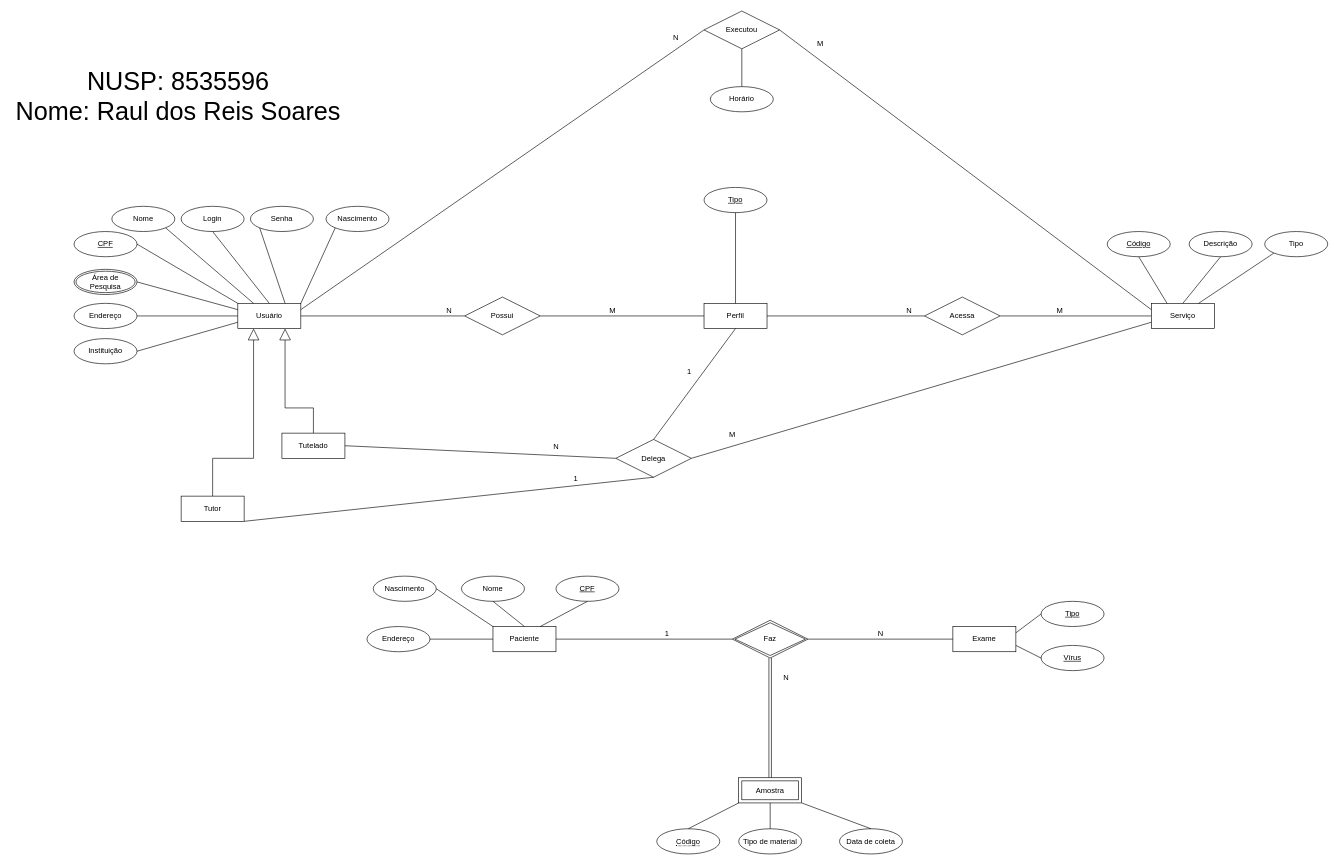
RaulReisS/EPMAC0350 keeps this draw.io diagram as Modelo Conceitual.drawio. Above is the earlier version. Source tidied: cells renumbered, new cells numbered last; positions are measured from the earlier drawing's top-left corner, leaving out a move shared by most shapes. Both pictures are drawn from the tidied source at 63%, with x=0, y=0 at pixel (11, 11).
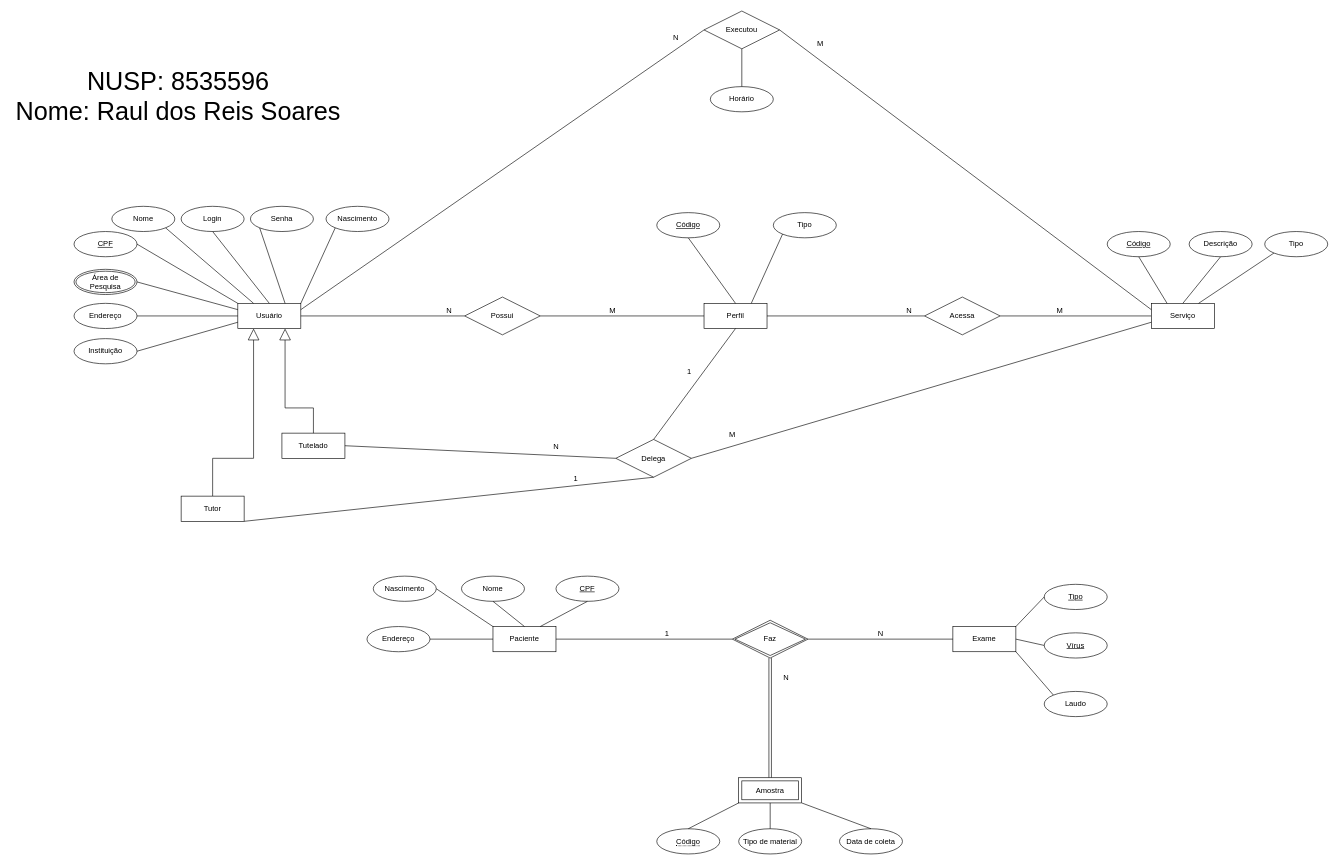
The same diagram, later.

Commit message:
Adicionado o campo Laudo para o exame

Unchanged cells that the change refers to:
```xml
<mxCell id="23" value="Perfil" style="whiteSpace=wrap;html=1;align=center;" parent="1" vertex="1">
  <mxGeometry x="1100" y="464" width="100" height="40" as="geometry" />
</mxCell>
<mxCell id="57" value="Exame" style="whiteSpace=wrap;html=1;align=center;" parent="1" vertex="1">
  <mxGeometry x="1495" y="977" width="100" height="40" as="geometry" />
</mxCell>
```

What changed in the source:
```diff
@@
-    <mxCell id="26" value="Tipo" style="ellipse;whiteSpace=wrap;html=1;align=center;fontStyle=4;" parent="1" vertex="1">
-      <mxGeometry x="1100" y="280" width="100" height="40" as="geometry" />
+    <mxCell id="26" value="Código" style="ellipse;whiteSpace=wrap;html=1;align=center;fontStyle=4;" parent="1" vertex="1">
+      <mxGeometry x="1025" y="320" width="100" height="40" as="geometry" />
     </mxCell>
@@
     <mxCell id="58" value="Vírus" style="ellipse;whiteSpace=wrap;html=1;align=center;fontStyle=4;" parent="1" vertex="1">
-      <mxGeometry x="1635" y="1007" width="100" height="40" as="geometry" />
+      <mxGeometry x="1640" y="987" width="100" height="40" as="geometry" />
     </mxCell>
     <mxCell id="59" value="Tipo" style="ellipse;whiteSpace=wrap;html=1;align=center;fontStyle=4;" parent="1" vertex="1">
-      <mxGeometry x="1635" y="937" width="100" height="40" as="geometry" />
+      <mxGeometry x="1640" y="910" width="100" height="40" as="geometry" />
     </mxCell>
-    <mxCell id="60" style="endArrow=none;html=1;rounded=0;entryX=0;entryY=0.5;entryDx=0;entryDy=0;exitX=1;exitY=0.25;exitDx=0;exitDy=0;" parent="1" edge="1" source="57" target="59">
+    <mxCell id="60" style="endArrow=none;html=1;rounded=0;entryX=0;entryY=0.5;entryDx=0;entryDy=0;exitX=1;exitY=0;exitDx=0;exitDy=0;" parent="1" edge="1" source="57" target="59">
       <mxGeometry relative="1" as="geometry" />
     </mxCell>
-    <mxCell id="61" style="endArrow=none;html=1;rounded=0;entryX=0;entryY=0.5;entryDx=0;entryDy=0;exitX=1;exitY=0.75;exitDx=0;exitDy=0;" parent="1" edge="1" source="57" target="58">
+    <mxCell id="61" style="endArrow=none;html=1;rounded=0;entryX=0;entryY=0.5;entryDx=0;entryDy=0;exitX=1;exitY=0.5;exitDx=0;exitDy=0;" parent="1" edge="1" source="57" target="58">
       <mxGeometry relative="1" as="geometry" />
     </mxCell>
@@
+    <mxCell id="88" value="Tipo" style="ellipse;whiteSpace=wrap;html=1;align=center;" parent="1" vertex="1">
+      <mxGeometry x="1210" y="320" width="100" height="40" as="geometry" />
+    </mxCell>
+    <mxCell id="89" style="endArrow=none;html=1;rounded=0;entryX=0;entryY=1;entryDx=0;entryDy=0;exitX=0.75;exitY=0;exitDx=0;exitDy=0;" parent="1" edge="1" source="23" target="88">
+      <mxGeometry relative="1" as="geometry" />
+    </mxCell>
+    <mxCell id="90" value="Laudo" style="ellipse;whiteSpace=wrap;html=1;align=center;" parent="1" vertex="1">
+      <mxGeometry x="1640" y="1080" width="100" height="40" as="geometry" />
+    </mxCell>
+    <mxCell id="91" style="endArrow=none;html=1;rounded=0;entryX=0;entryY=0;entryDx=0;entryDy=0;exitX=1;exitY=1;exitDx=0;exitDy=0;" parent="1" edge="1" source="57" target="90">
+      <mxGeometry relative="1" as="geometry" />
+    </mxCell>
```
